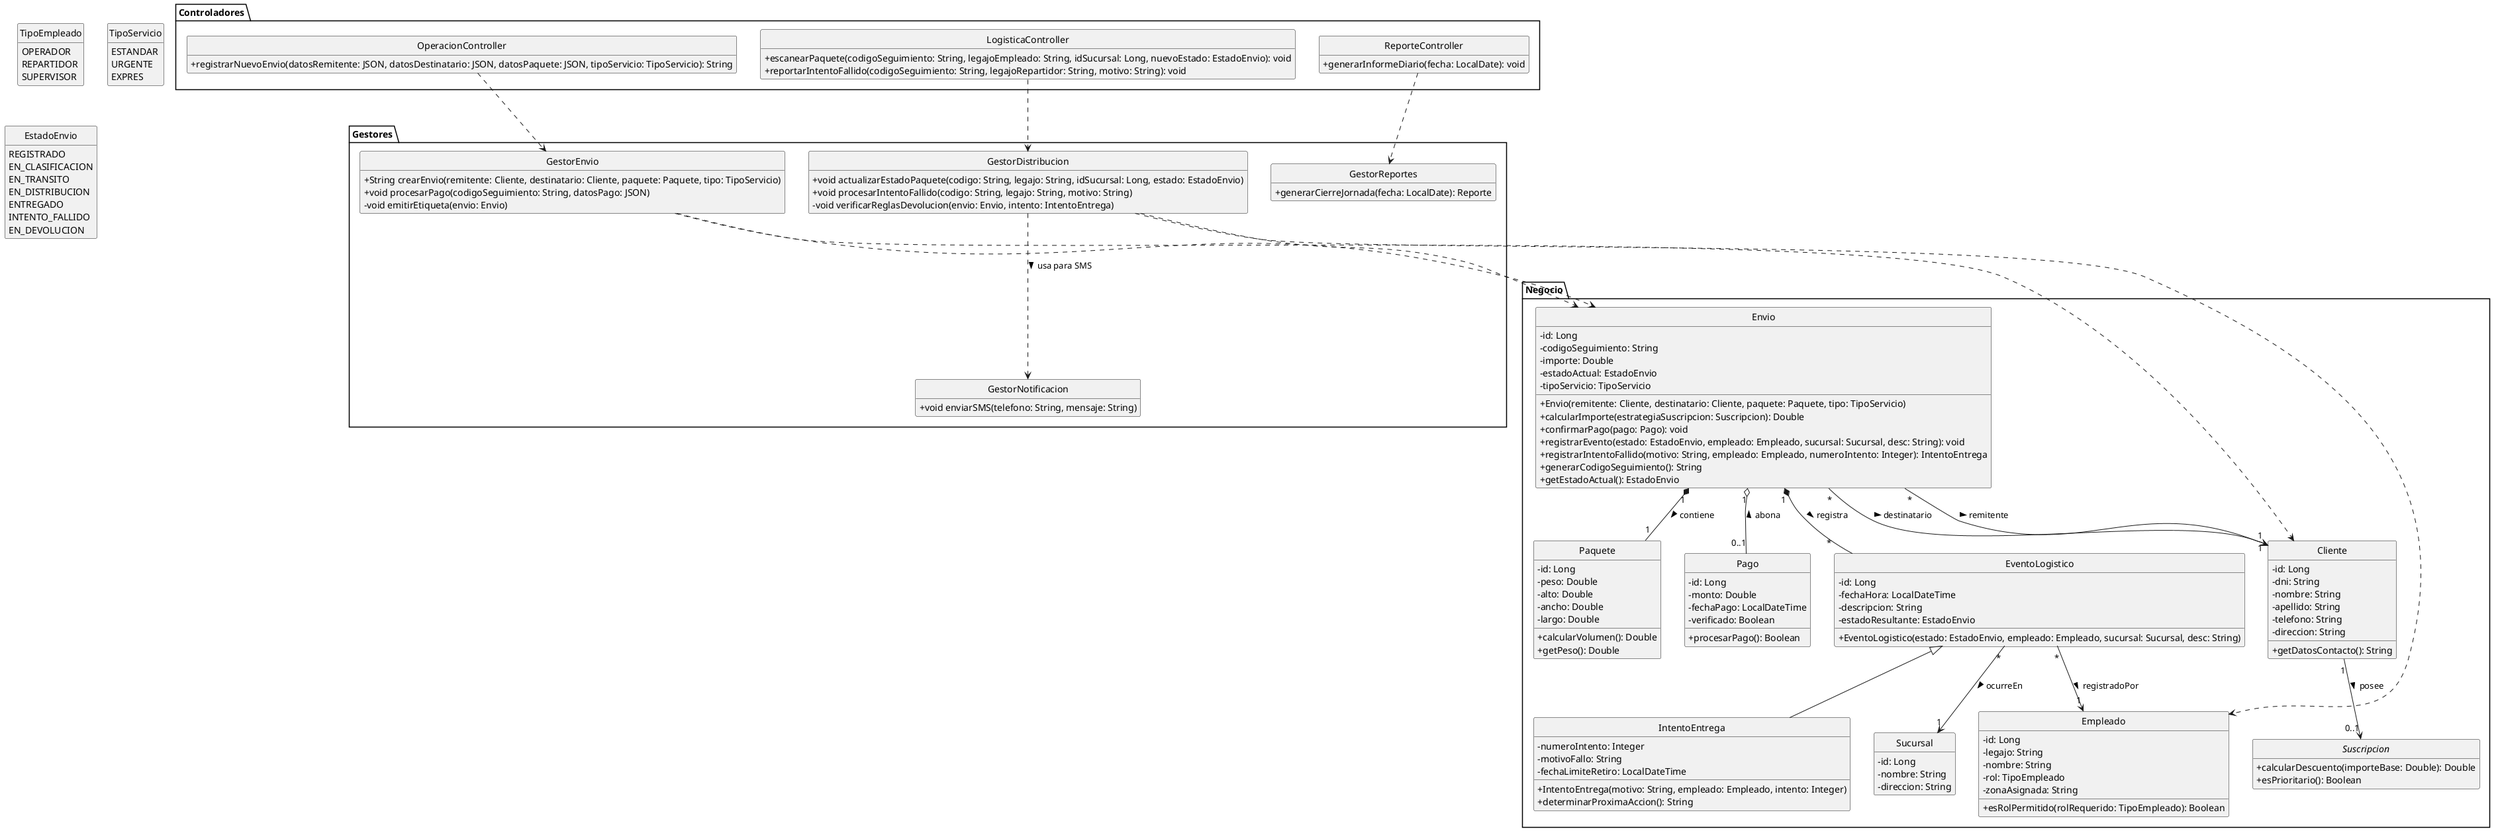
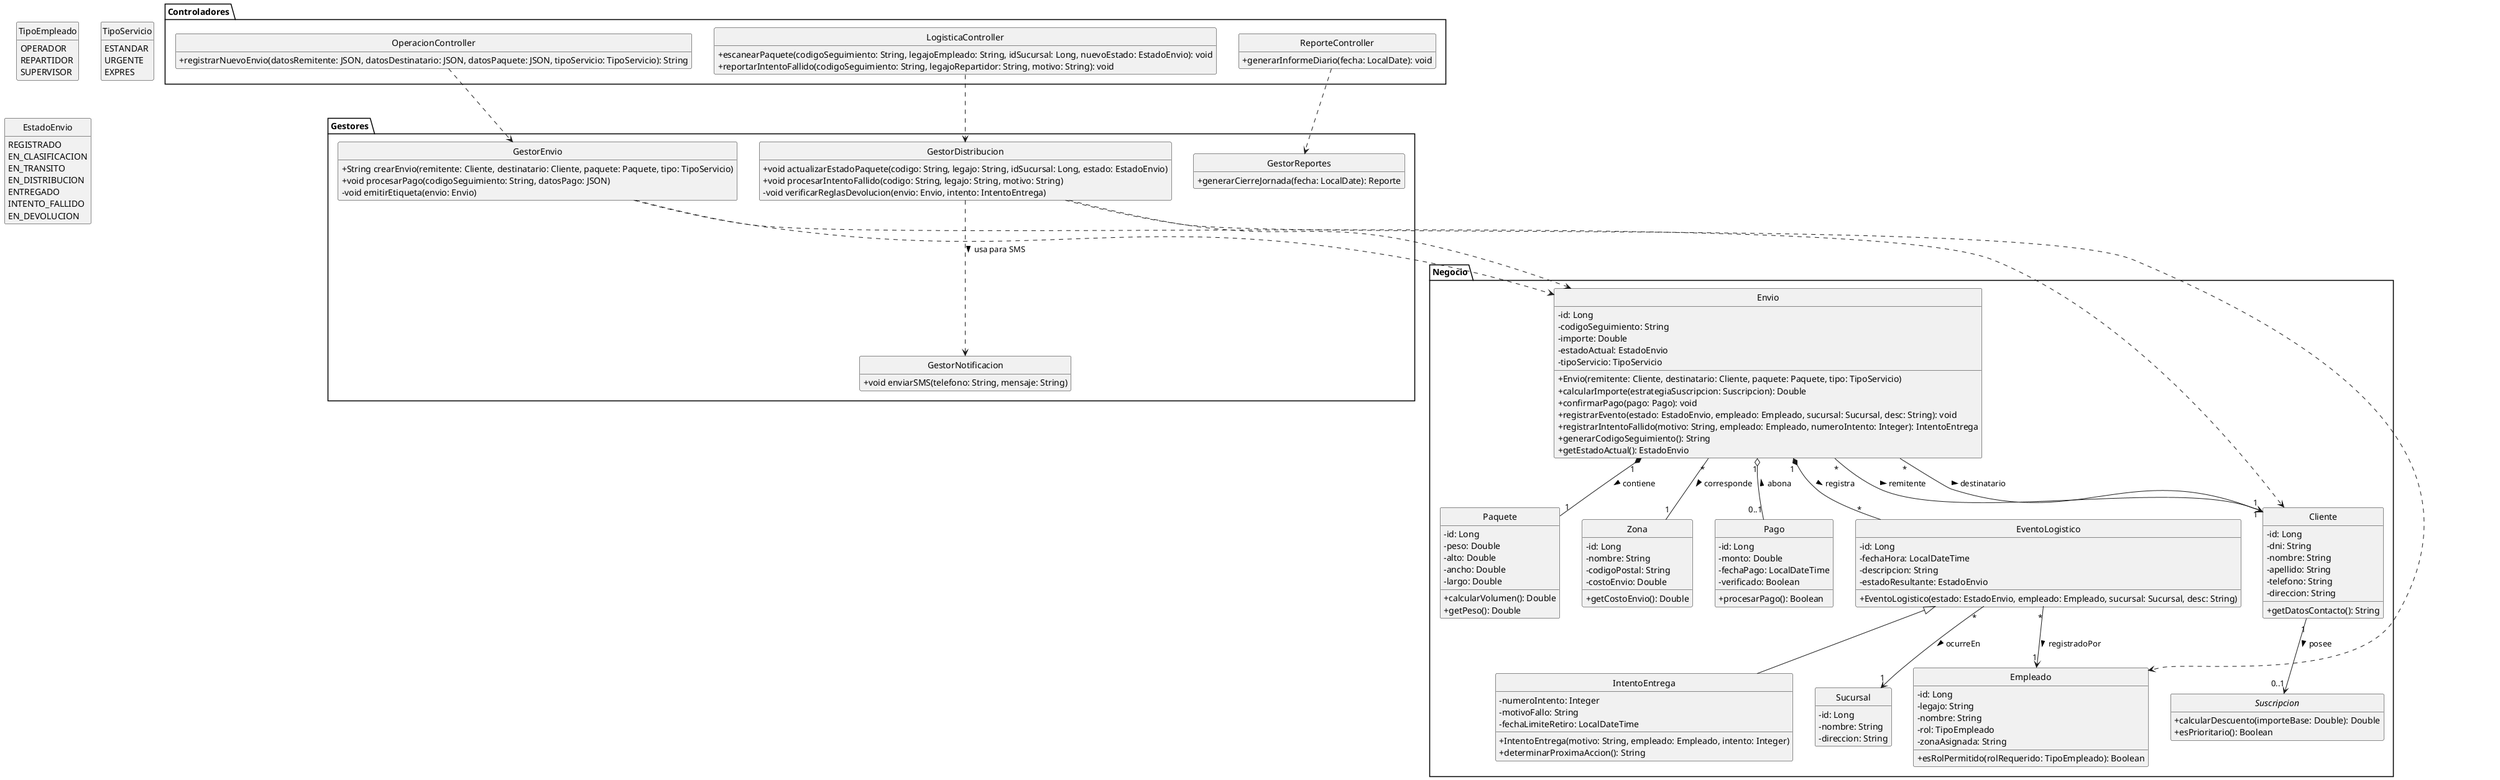
@startuml
skinparam classAttributeIconSize 0
skinparam style strictuml
skinparam DefaultFontName "Arial"
hide empty members

package Negocio{
  interface Suscripcion {
    + calcularDescuento(importeBase: Double): Double
    + esPrioritario(): Boolean
  }

  ' --- ENTIDADES DE DOMINIO (Lógica y Estado) ---
  class Cliente {
    - id: Long
    - dni: String
    - nombre: String
    - apellido: String
    - telefono: String
    - direccion: String
    + getDatosContacto(): String
  }

  class Envio {
    - id: Long
    - codigoSeguimiento: String
    - importe: Double
    - estadoActual: EstadoEnvio
    - tipoServicio: TipoServicio

    + Envio(remitente: Cliente, destinatario: Cliente, paquete: Paquete, tipo: TipoServicio)
    + calcularImporte(estrategiaSuscripcion: Suscripcion): Double
    + confirmarPago(pago: Pago): void
    + registrarEvento(estado: EstadoEnvio, empleado: Empleado, sucursal: Sucursal, desc: String): void
    + registrarIntentoFallido(motivo: String, empleado: Empleado, numeroIntento: Integer): IntentoEntrega
    + generarCodigoSeguimiento(): String
    + getEstadoActual(): EstadoEnvio
  }

  class Paquete {
    - id: Long
    - peso: Double
    - alto: Double
    - ancho: Double
    - largo: Double
    + calcularVolumen(): Double
    + getPeso(): Double
+   }
+ 
+   class Zona {
+     - id: Long
+     - nombre: String
+     - codigoPostal: String
+     - costoEnvio: Double
+     + getCostoEnvio(): Double
  }

  class Pago {
    - id: Long
    - monto: Double
    - fechaPago: LocalDateTime
    - verificado: Boolean
    + procesarPago(): Boolean
  }

  class Empleado {
    - id: Long
    - legajo: String
    - nombre: String
    - rol: TipoEmpleado
    - zonaAsignada: String
    + esRolPermitido(rolRequerido: TipoEmpleado): Boolean
  }

  class Sucursal {
    - id: Long
    - nombre: String
    - direccion: String
  }

  class EventoLogistico {
    - id: Long
    - fechaHora: LocalDateTime
    - descripcion: String
    - estadoResultante: EstadoEnvio
    + EventoLogistico(estado: EstadoEnvio, empleado: Empleado, sucursal: Sucursal, desc: String)
  }

  class IntentoEntrega {
    - numeroIntento: Integer
    - motivoFallo: String
    - fechaLimiteRetiro: LocalDateTime
    + IntentoEntrega(motivo: String, empleado: Empleado, intento: Integer)
    + determinarProximaAccion(): String
  }
}

EventoLogistico <|-- IntentoEntrega

' --- CAPA DE CONTROLADORES (Interfaces externas / API) ---
package Controladores {
  class OperacionController {
    + registrarNuevoEnvio(datosRemitente: JSON, datosDestinatario: JSON, datosPaquete: JSON, tipoServicio: TipoServicio): String
  }

  class LogisticaController {
    + escanearPaquete(codigoSeguimiento: String, legajoEmpleado: String, idSucursal: Long, nuevoEstado: EstadoEnvio): void
    + reportarIntentoFallido(codigoSeguimiento: String, legajoRepartidor: String, motivo: String): void
  }

  class ReporteController {
    + generarInformeDiario(fecha: LocalDate): void
  }
}

' --- CAPA DE GESTORES (Servicios de Aplicación / Casos de Uso) ---
package Gestores {
  class GestorEnvio {
    + String crearEnvio(remitente: Cliente, destinatario: Cliente, paquete: Paquete, tipo: TipoServicio)
    + void procesarPago(codigoSeguimiento: String, datosPago: JSON)
    - void emitirEtiqueta(envio: Envio)
  }

  class GestorDistribucion {
    + void actualizarEstadoPaquete(codigo: String, legajo: String, idSucursal: Long, estado: EstadoEnvio)
    + void procesarIntentoFallido(codigo: String, legajo: String, motivo: String)
    - void verificarReglasDevolucion(envio: Envio, intento: IntentoEntrega)
  }

  class GestorNotificacion {
    + void enviarSMS(telefono: String, mensaje: String)
  }

  class GestorReportes {
    + generarCierreJornada(fecha: LocalDate): Reporte
  }
}

' --- ENUMS E INTERFACES ---
enum TipoEmpleado {
  OPERADOR
  REPARTIDOR
  SUPERVISOR
}

enum TipoServicio {
  ESTANDAR
  URGENTE
  EXPRES
}

enum EstadoEnvio {
  REGISTRADO
  EN_CLASIFICACION
  EN_TRANSITO
  EN_DISTRIBUCION
  ENTREGADO
  INTENTO_FALLIDO
  EN_DEVOLUCION
}

' --- DEPENDENCIAS ARQUITECTÓNICAS (Controladores -> Gestores -> Dominio) ---
OperacionController ..> GestorEnvio
LogisticaController ..> GestorDistribucion
ReporteController ..> GestorReportes

GestorEnvio ..> Envio
GestorEnvio ..> Cliente
GestorDistribucion ..> Envio
GestorDistribucion ..> Empleado
GestorDistribucion ..> GestorNotificacion : usa para SMS >

' --- RELACIONES ESTRUCTURALES ---
Cliente "1" --> "0..1" Suscripcion : posee >
Envio "*" --> "1" Cliente : remitente >
Envio "*" --> "1" Cliente : destinatario >
Envio "1" *-- "1" Paquete : contiene >
Envio "1" o-- "0..1" Pago : abona <
Envio "1" *-- "*" EventoLogistico : registra >
+ Envio "*" -- "1" Zona : corresponde >

EventoLogistico "*" --> "1" Empleado : registradoPor >
EventoLogistico "*" --> "1" Sucursal : ocurreEn >


@enduml